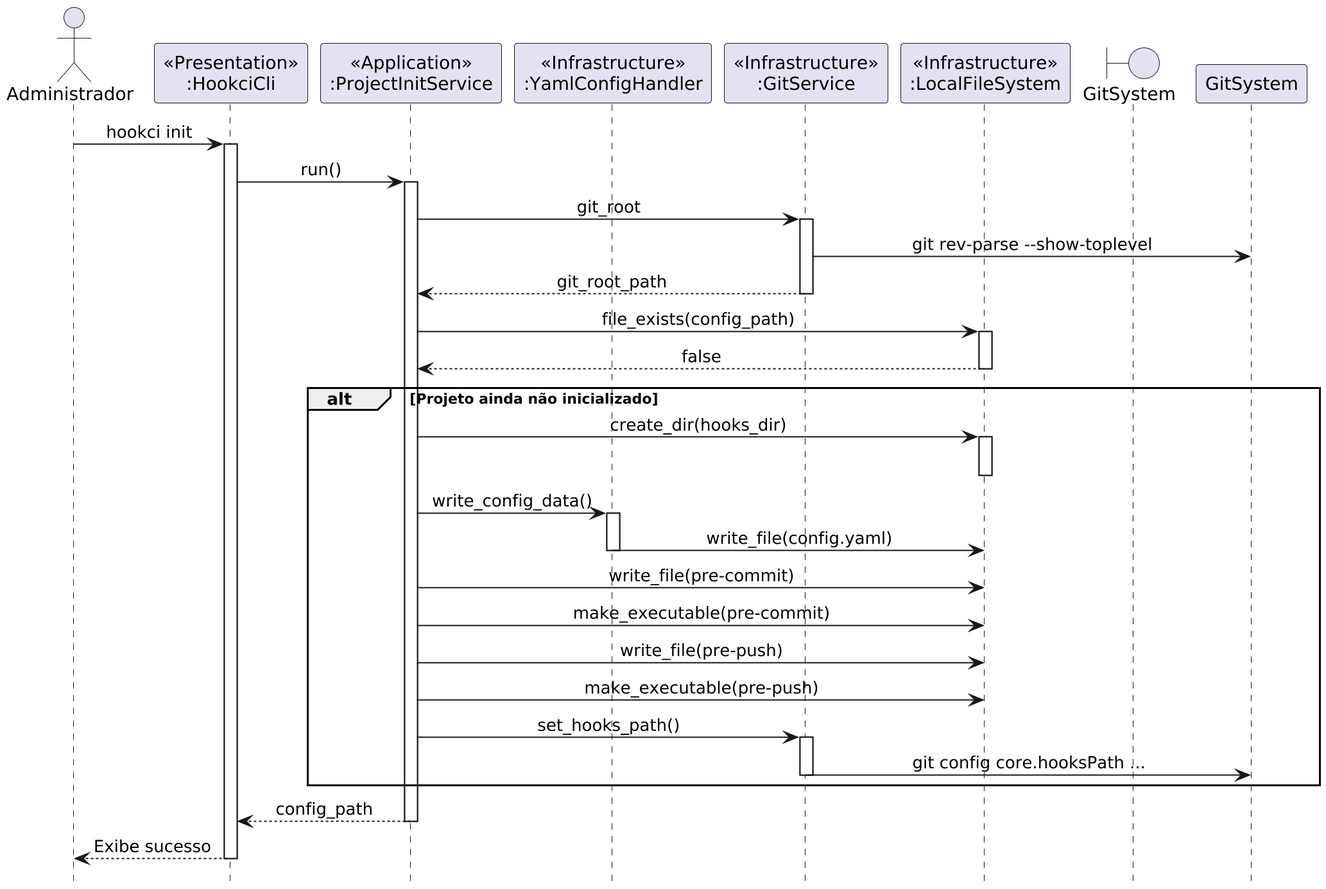
This is Artefatos/diagrams/sequence/init.png from h3nc4/tmp, a PlantUML export, as it was before one commit.
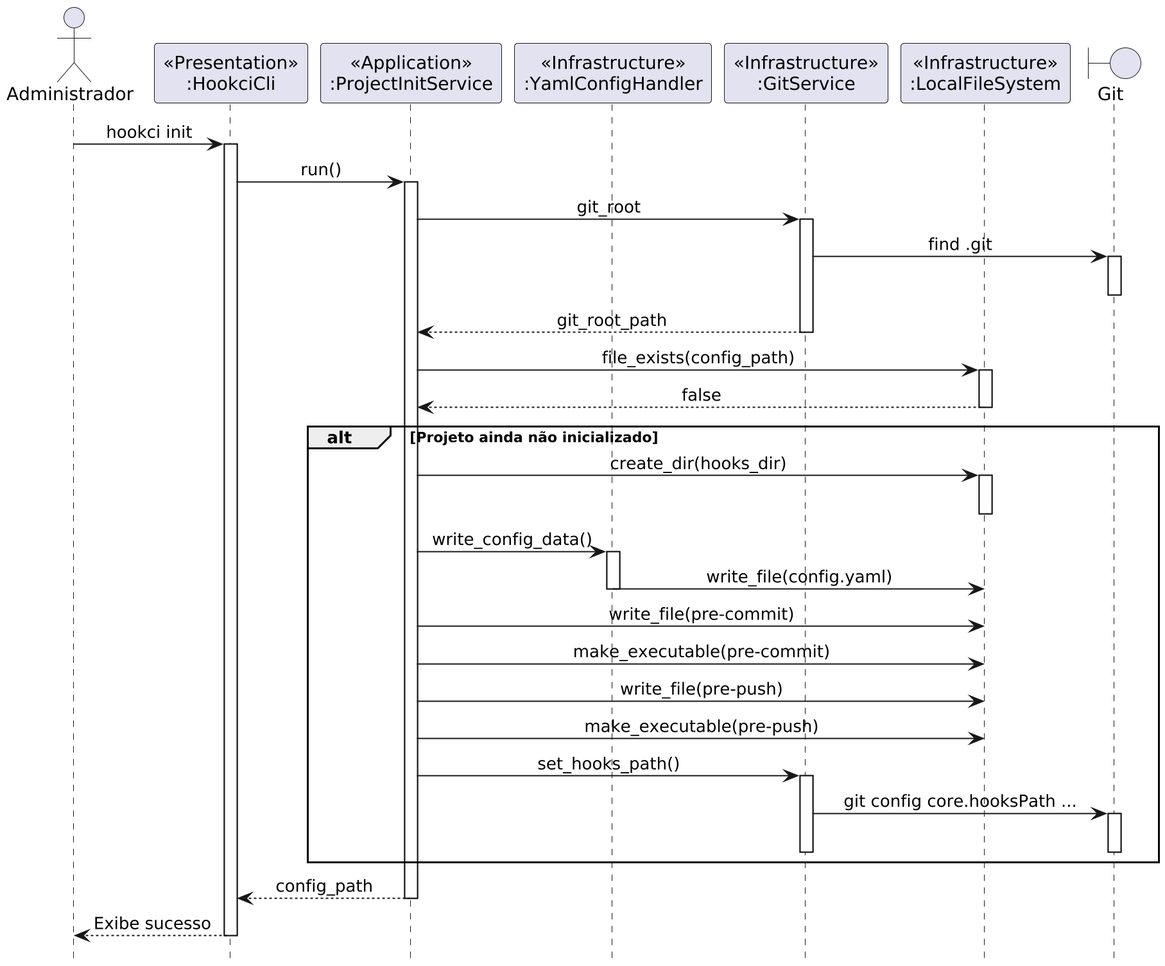
After the commit.

Diff of the diagram source:
```diff
@@ -10,7 +10,7 @@
 participant "<<Infrastructure>>\n:YamlConfigHandler" as CfgHandler
 participant "<<Infrastructure>>\n:GitService" as GitSvc
 participant "<<Infrastructure>>\n:LocalFileSystem" as FS
-boundary "GitSystem" as Git
+boundary "Git" as Git
 
 User -> CLI : hookci init
 activate CLI
@@ -19,7 +19,9 @@
 
 App -> GitSvc : git_root
 activate GitSvc
-GitSvc -> GitSystem : git rev-parse --show-toplevel
+GitSvc -> Git : find .git
+activate Git
+deactivate Git
 GitSvc --> App : git_root_path
 deactivate GitSvc
 
@@ -43,7 +45,9 @@
 
     App -> GitSvc : set_hooks_path()
     activate GitSvc
-    GitSvc -> GitSystem : git config core.hooksPath ...
+    GitSvc -> Git : git config core.hooksPath ...
+    activate Git
+    deactivate Git
     deactivate GitSvc
 end
 
```
